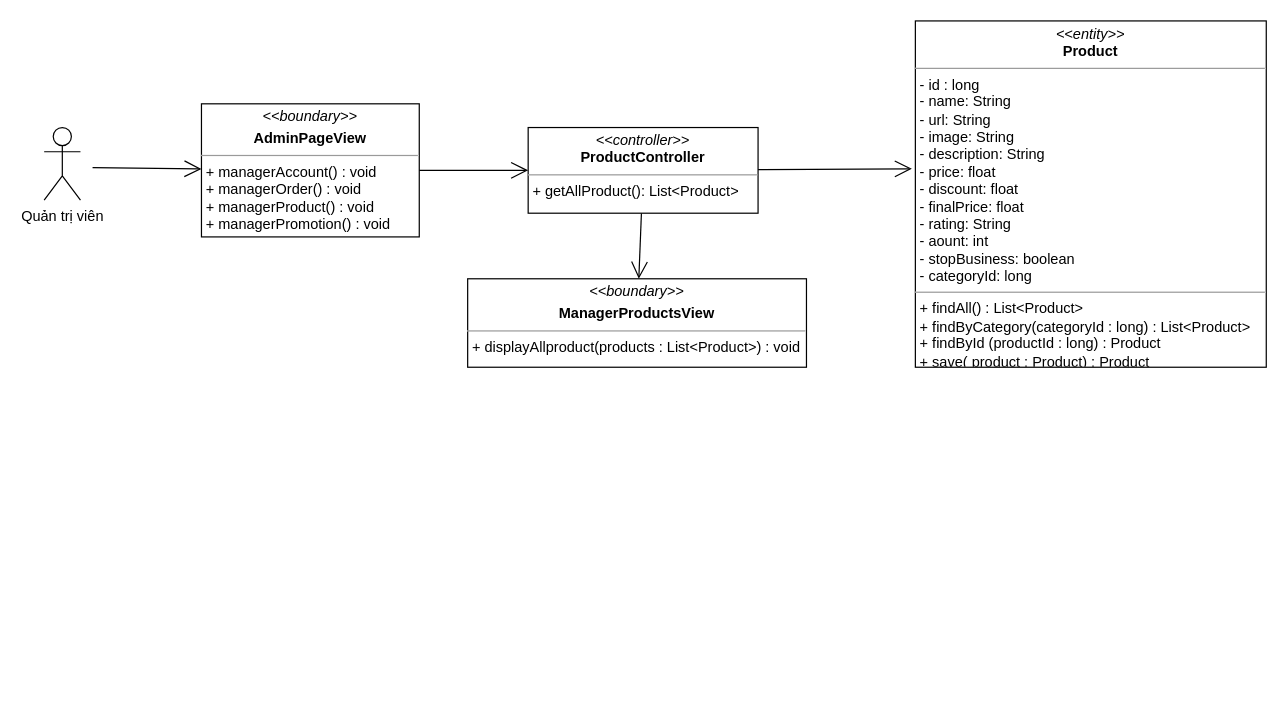
The draw.io diagram class diagram/manager-product-class-diagram.drawio in nguyenphamvan/datn_20202, before the edit. Source tidied: cells renumbered, new cells numbered last; positions are measured from the earlier drawing's top-left corner, leaving out a move shared by most shapes. Both pictures are drawn from the tidied source at 121%, with x=0, y=0 at pixel (44, 21).
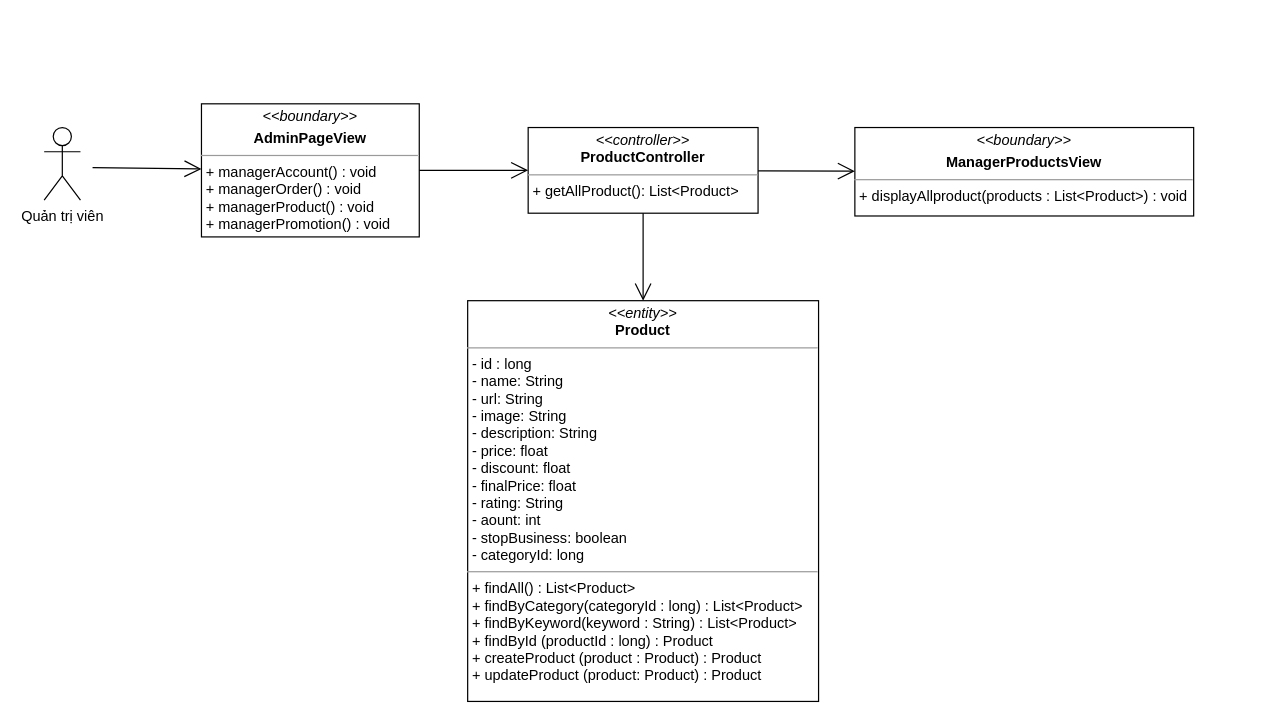
The same diagram, later.

What changed in the source:
```diff
@@
 <mxGraphModel>
   <root>
     <mxCell id="0" />
     <mxCell id="1" parent="0" />
     <mxCell id="2" value="&lt;p style=&quot;margin: 0px ; margin-top: 4px ; text-align: center&quot;&gt;&lt;i&gt;&amp;lt;&amp;lt;boundary&amp;gt;&amp;gt;&lt;/i&gt;&lt;/p&gt;&lt;p style=&quot;margin: 0px ; margin-top: 4px ; text-align: center&quot;&gt;&lt;b&gt;ManagerProductsView&lt;/b&gt;&lt;/p&gt;&lt;hr size=&quot;1&quot;&gt;&lt;p style=&quot;margin: 0px ; margin-left: 4px&quot;&gt;&lt;span&gt;+ displayAllproduct(products : List&amp;lt;Product&amp;gt;) : void&lt;/span&gt;&lt;br&gt;&lt;/p&gt;" style="verticalAlign=top;align=left;overflow=fill;fontSize=12;fontFamily=Helvetica;html=1;" parent="1" vertex="1">
-      <mxGeometry x="350" y="212.9" width="280" height="73.1" as="geometry" />
+      <mxGeometry x="670" y="87.9" width="280" height="73.1" as="geometry" />
     </mxCell>
     <mxCell id="3" style="endArrow=open;endFill=1;endSize=12;html=1;" parent="1" edge="1" source="4" target="2">
       <mxGeometry relative="1" as="geometry" />
     </mxCell>
     <mxCell id="4" value="&lt;p style=&quot;margin: 0px ; margin-top: 4px ; text-align: center&quot;&gt;&lt;i&gt;&amp;lt;&amp;lt;controller&amp;gt;&amp;gt;&lt;/i&gt;&lt;br&gt;&lt;b&gt;ProductController&lt;/b&gt;&lt;/p&gt;&lt;hr size=&quot;1&quot;&gt;&lt;p style=&quot;margin: 0px ; margin-left: 4px&quot;&gt;+ getAllProduct(): List&amp;lt;Product&amp;gt;&lt;br&gt;&lt;/p&gt;" style="verticalAlign=top;align=left;overflow=fill;fontSize=12;fontFamily=Helvetica;html=1;" parent="1" vertex="1">
       <mxGeometry x="400" y="87.9" width="190" height="70.8" as="geometry" />
     </mxCell>
-    <mxCell id="5" style="endArrow=open;endFill=1;endSize=12;html=1;entryX=-0.01;entryY=0.427;entryDx=0;entryDy=0;entryPerimeter=0;" parent="1" edge="1" source="4" target="6">
+    <mxCell id="5" style="endArrow=open;endFill=1;endSize=12;html=1;" parent="1" edge="1" source="4" target="6">
       <mxGeometry relative="1" as="geometry" />
     </mxCell>
-    <mxCell id="6" value="&lt;p style=&quot;margin: 0px ; margin-top: 4px ; text-align: center&quot;&gt;&lt;i&gt;&amp;lt;&amp;lt;entity&amp;gt;&amp;gt;&lt;/i&gt;&lt;br&gt;&lt;b&gt;Product&lt;/b&gt;&lt;/p&gt;&lt;hr size=&quot;1&quot;&gt;&lt;p style=&quot;margin: 0px ; margin-left: 4px&quot;&gt;- id : long&lt;/p&gt;&lt;p style=&quot;margin: 0px ; margin-left: 4px&quot;&gt;- name: String&lt;br&gt;- url: String&lt;/p&gt;&lt;p style=&quot;margin: 0px ; margin-left: 4px&quot;&gt;- image: String&lt;/p&gt;&lt;p style=&quot;margin: 0px ; margin-left: 4px&quot;&gt;- description: String&lt;/p&gt;&lt;p style=&quot;margin: 0px ; margin-left: 4px&quot;&gt;- price: float&lt;/p&gt;&lt;p style=&quot;margin: 0px ; margin-left: 4px&quot;&gt;- discount: float&lt;/p&gt;&lt;p style=&quot;margin: 0px ; margin-left: 4px&quot;&gt;- finalPrice: float&lt;/p&gt;&lt;p style=&quot;margin: 0px ; margin-left: 4px&quot;&gt;- rating: String&lt;/p&gt;&lt;p style=&quot;margin: 0px ; margin-left: 4px&quot;&gt;- aount: int&lt;/p&gt;&lt;p style=&quot;margin: 0px ; margin-left: 4px&quot;&gt;- stopBusiness: boolean&lt;/p&gt;&lt;p style=&quot;margin: 0px ; margin-left: 4px&quot;&gt;- categoryId: long&lt;/p&gt;&lt;hr size=&quot;1&quot;&gt;&lt;p style=&quot;margin: 0px 0px 0px 4px&quot;&gt;+ findAll() : List&amp;lt;Product&amp;gt;&lt;/p&gt;&lt;p style=&quot;margin: 0px 0px 0px 4px&quot;&gt;+ findByCategory(categoryId : long) : List&amp;lt;Product&amp;gt;&lt;/p&gt;&lt;p style=&quot;margin: 0px 0px 0px 4px&quot;&gt;+ findById (productId : long) : Product&lt;/p&gt;&lt;p style=&quot;margin: 0px 0px 0px 4px&quot;&gt;+ save( product : Product) : Product&lt;/p&gt;" style="verticalAlign=top;align=left;overflow=fill;fontSize=12;fontFamily=Helvetica;html=1;" parent="1" vertex="1">
-      <mxGeometry x="720" y="-0.2" width="290" height="286.2" as="geometry" />
+    <mxCell id="6" value="&lt;p style=&quot;margin: 0px ; margin-top: 4px ; text-align: center&quot;&gt;&lt;i&gt;&amp;lt;&amp;lt;entity&amp;gt;&amp;gt;&lt;/i&gt;&lt;br&gt;&lt;b&gt;Product&lt;/b&gt;&lt;/p&gt;&lt;hr size=&quot;1&quot;&gt;&lt;p style=&quot;margin: 0px ; margin-left: 4px&quot;&gt;- id : long&lt;/p&gt;&lt;p style=&quot;margin: 0px ; margin-left: 4px&quot;&gt;- name: String&lt;br&gt;- url: String&lt;/p&gt;&lt;p style=&quot;margin: 0px ; margin-left: 4px&quot;&gt;- image: String&lt;/p&gt;&lt;p style=&quot;margin: 0px ; margin-left: 4px&quot;&gt;- description: String&lt;/p&gt;&lt;p style=&quot;margin: 0px ; margin-left: 4px&quot;&gt;- price: float&lt;/p&gt;&lt;p style=&quot;margin: 0px ; margin-left: 4px&quot;&gt;- discount: float&lt;/p&gt;&lt;p style=&quot;margin: 0px ; margin-left: 4px&quot;&gt;- finalPrice: float&lt;/p&gt;&lt;p style=&quot;margin: 0px ; margin-left: 4px&quot;&gt;- rating: String&lt;/p&gt;&lt;p style=&quot;margin: 0px ; margin-left: 4px&quot;&gt;- aount: int&lt;/p&gt;&lt;p style=&quot;margin: 0px ; margin-left: 4px&quot;&gt;- stopBusiness: boolean&lt;/p&gt;&lt;p style=&quot;margin: 0px ; margin-left: 4px&quot;&gt;- categoryId: long&lt;/p&gt;&lt;hr size=&quot;1&quot;&gt;&lt;p style=&quot;margin: 0px 0px 0px 4px&quot;&gt;+ findAll() : List&amp;lt;Product&amp;gt;&lt;/p&gt;&lt;p style=&quot;margin: 0px 0px 0px 4px&quot;&gt;+ findByCategory(categoryId : long) : List&amp;lt;Product&amp;gt;&lt;/p&gt;&lt;p style=&quot;margin: 0px 0px 0px 4px&quot;&gt;+ findByKeyword(keyword : String) : List&amp;lt;Product&amp;gt;&lt;/p&gt;&lt;p style=&quot;margin: 0px 0px 0px 4px&quot;&gt;+ findById (productId : long) : Product&lt;/p&gt;&lt;p style=&quot;margin: 0px 0px 0px 4px&quot;&gt;+ createProduct (product : Product) : Product&lt;/p&gt;&lt;p style=&quot;margin: 0px 0px 0px 4px&quot;&gt;+ updateProduct (product: Product) : Product&lt;/p&gt;" style="verticalAlign=top;align=left;overflow=fill;fontSize=12;fontFamily=Helvetica;html=1;" parent="1" vertex="1">
+      <mxGeometry x="350" y="231" width="290" height="331.2" as="geometry" />
     </mxCell>
     <mxCell id="7" value="&lt;p style=&quot;margin: 0px ; margin-top: 4px ; text-align: center&quot;&gt;&lt;i&gt;&amp;lt;&amp;lt;boundary&amp;gt;&amp;gt;&lt;/i&gt;&lt;/p&gt;&lt;p style=&quot;margin: 0px ; margin-top: 4px ; text-align: center&quot;&gt;&lt;b&gt;AdminPageView&lt;/b&gt;&lt;/p&gt;&lt;hr size=&quot;1&quot;&gt;&lt;p style=&quot;margin: 0px ; margin-left: 4px&quot;&gt;&lt;span&gt;+ managerAccount() : void&lt;/span&gt;&lt;br&gt;&lt;/p&gt;&lt;p style=&quot;margin: 0px ; margin-left: 4px&quot;&gt;&lt;span&gt;+ managerOrder() : void&lt;/span&gt;&lt;/p&gt;&lt;p style=&quot;margin: 0px ; margin-left: 4px&quot;&gt;&lt;span&gt;+ managerProduct() : void&lt;/span&gt;&lt;/p&gt;&lt;p style=&quot;margin: 0px ; margin-left: 4px&quot;&gt;&lt;span&gt;+ managerPromotion() : void&lt;/span&gt;&lt;/p&gt;" style="verticalAlign=top;align=left;overflow=fill;fontSize=12;fontFamily=Helvetica;html=1;" parent="1" vertex="1">
       <mxGeometry x="130" y="68.3" width="180" height="110" as="geometry" />
     </mxCell>
     <mxCell id="8" style="endArrow=open;endFill=1;endSize=12;html=1;" parent="1" edge="1" source="7" target="4">
       <mxGeometry relative="1" as="geometry" />
     </mxCell>
     <mxCell id="9" value="Quản trị viên" style="shape=umlActor;verticalLabelPosition=bottom;verticalAlign=top;html=1;" parent="1" vertex="1">
       <mxGeometry y="87.9" width="30" height="60" as="geometry" />
     </mxCell>
     <mxCell id="10" style="endArrow=open;endFill=1;endSize=12;html=1;" parent="1" edge="1" target="7">
       <mxGeometry relative="1" as="geometry">
         <mxPoint x="40" y="121" as="sourcePoint" />
       </mxGeometry>
     </mxCell>
   </root>
 </mxGraphModel>
```
